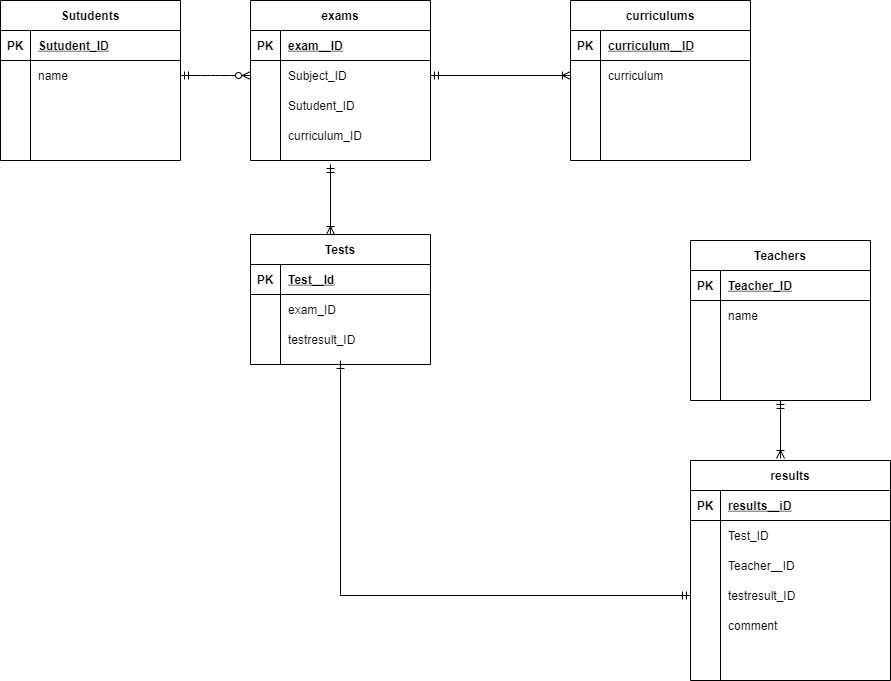
The draw.io diagram DIAGRAMS.NET/index.drawio.png in sozw0x0/Detabase, before a commit. Source tidied: cells renumbered, new cells last; positions are measured from the earlier drawing's top-left corner, leaving out a move shared by most shapes.
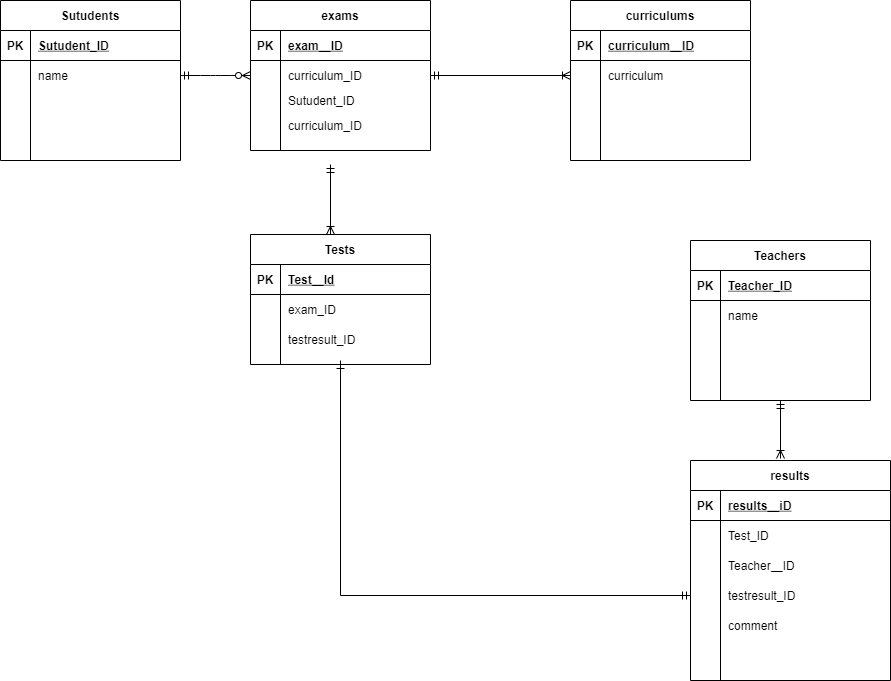
After the change.

Diff of the diagram source:
```diff
@@ -42,7 +42,7 @@
       <mxGeometry x="30" width="150" height="30" as="geometry" />
     </mxCell>
     <mxCell id="15" value="exams" style="shape=table;startSize=30;rowLines=0;fontStyle=1;align=center;" parent="1" vertex="1">
-      <mxGeometry x="250" width="180" height="160" as="geometry" />
+      <mxGeometry x="250" width="180" height="150" as="geometry" />
     </mxCell>
     <mxCell id="16" style="shape=partialRectangle;fillColor=none;top=0;left=0;bottom=1;right=0;" parent="15" vertex="1">
       <mxGeometry y="30" width="180" height="30" as="geometry" />
@@ -59,20 +59,20 @@
     <mxCell id="20" style="shape=partialRectangle;fillColor=none;top=0;left=0;bottom=0;right=0;overflow=hidden;" parent="19" vertex="1">
       <mxGeometry width="30" height="30" as="geometry" />
     </mxCell>
-    <mxCell id="21" value="Subject_ID" style="shape=partialRectangle;fillColor=none;top=0;left=0;bottom=0;right=0;align=left;spacingLeft=6;overflow=hidden;" parent="19" vertex="1">
+    <mxCell id="21" value="curriculum_ID" style="shape=partialRectangle;fillColor=none;top=0;left=0;bottom=0;right=0;align=left;spacingLeft=6;overflow=hidden;" parent="19" vertex="1">
       <mxGeometry x="30" width="150" height="30" as="geometry" />
     </mxCell>
     <mxCell id="22" style="shape=partialRectangle;fillColor=none;top=0;left=0;bottom=0;right=0;" parent="15" vertex="1">
-      <mxGeometry y="90" width="180" height="30" as="geometry" />
+      <mxGeometry y="90" width="180" height="20" as="geometry" />
     </mxCell>
     <mxCell id="23" style="shape=partialRectangle;fillColor=none;top=0;left=0;bottom=0;right=0;overflow=hidden;" parent="22" vertex="1">
-      <mxGeometry width="30" height="30" as="geometry" />
+      <mxGeometry width="30" height="20" as="geometry" />
     </mxCell>
     <mxCell id="24" value="Sutudent_ID" style="shape=partialRectangle;fillColor=none;top=0;left=0;bottom=0;right=0;align=left;spacingLeft=6;overflow=hidden;" parent="22" vertex="1">
-      <mxGeometry x="30" width="150" height="30" as="geometry" />
+      <mxGeometry x="30" width="150" height="20" as="geometry" />
     </mxCell>
     <mxCell id="25" style="shape=partialRectangle;fillColor=none;top=0;left=0;bottom=0;right=0;" parent="15" vertex="1">
-      <mxGeometry y="120" width="180" height="30" as="geometry" />
+      <mxGeometry y="110" width="180" height="30" as="geometry" />
     </mxCell>
     <mxCell id="26" style="shape=partialRectangle;fillColor=none;top=0;left=0;bottom=0;right=0;overflow=hidden;" parent="25" vertex="1">
       <mxGeometry width="30" height="30" as="geometry" />
```
